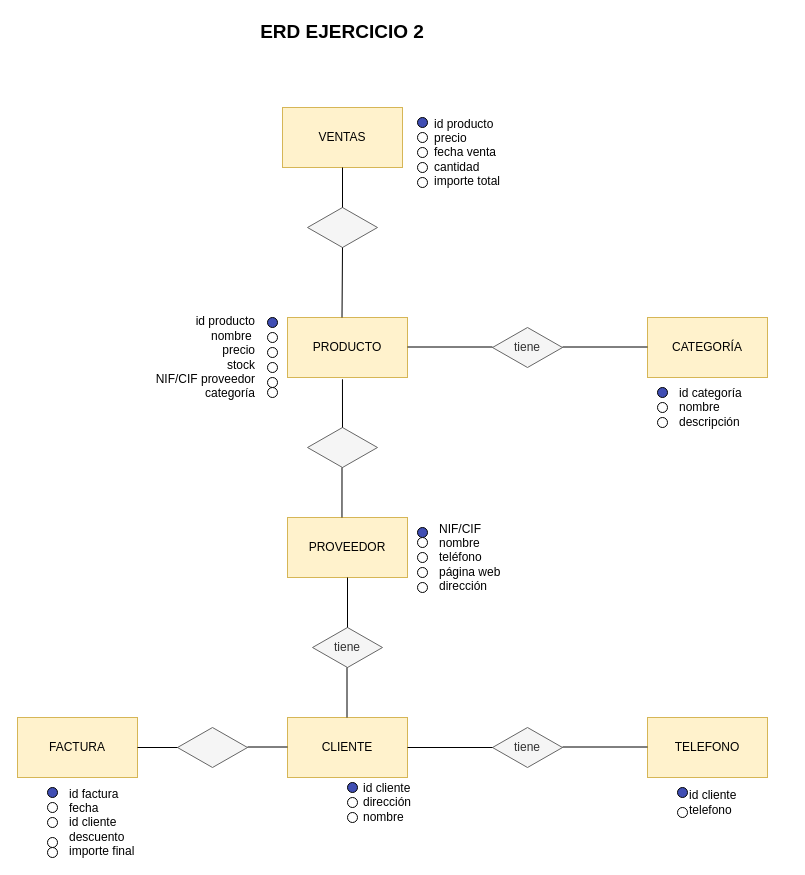
The draw.io diagram Creación ERD/ERD ejercicio2.drawio in mocihu-source/CIFO-laVioleta-SQL-BBDD, before the edit. Source tidied: cells renumbered, new cells numbered last; positions are measured from the earlier drawing's top-left corner, leaving out a move shared by most shapes. Both pictures are drawn from the tidied source at 100%, with x=0, y=0 at pixel (17, 17).
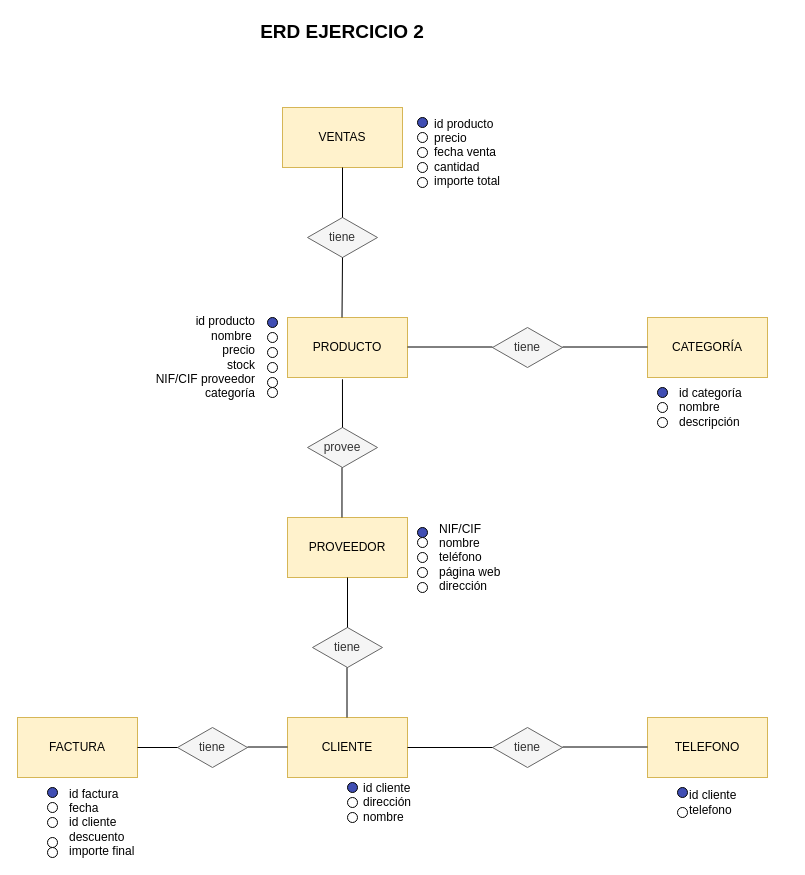
Above is the later version.

What changed in the source:
```diff
@@
-    <mxCell id="16" style="rhombus;whiteSpace=wrap;html=1;shapeInside=1;fillColor=#f5f5f5;fontColor=#333333;strokeColor=#666666;" parent="1" vertex="1">
+    <mxCell id="16" value="tiene" style="rhombus;whiteSpace=wrap;html=1;shapeInside=1;fillColor=#f5f5f5;fontColor=#333333;strokeColor=#666666;" parent="1" vertex="1">
       <mxGeometry x="160" y="710" width="70" height="40" as="geometry" />
     </mxCell>
@@
-    <mxCell id="47" style="rhombus;whiteSpace=wrap;html=1;shapeInside=1;fillColor=#f5f5f5;fontColor=#333333;strokeColor=#666666;" parent="1" vertex="1">
-      <mxGeometry x="290" y="190" width="70" height="40" as="geometry" />
+    <mxCell id="47" value="tiene" style="rhombus;whiteSpace=wrap;html=1;shapeInside=1;fillColor=#f5f5f5;fontColor=#333333;strokeColor=#666666;" parent="1" vertex="1">
+      <mxGeometry x="290" y="200" width="70" height="40" as="geometry" />
     </mxCell>
@@
-    <mxCell id="53" style="rhombus;whiteSpace=wrap;html=1;shapeInside=1;fillColor=#f5f5f5;fontColor=#333333;strokeColor=#666666;" parent="1" vertex="1">
+    <mxCell id="53" value="provee" style="rhombus;whiteSpace=wrap;html=1;shapeInside=1;fillColor=#f5f5f5;fontColor=#333333;strokeColor=#666666;" parent="1" vertex="1">
       <mxGeometry x="290" y="410" width="70" height="40" as="geometry" />
     </mxCell>
```
